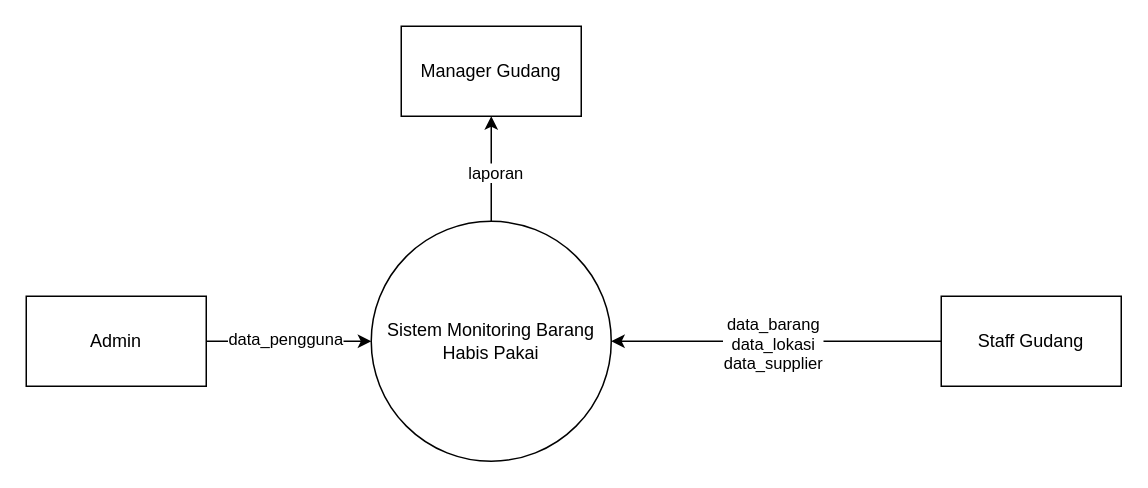
Earlier version of the draw.io diagram kkp-dfd0.drawio (raflialkindhi/graph-save). Source tidied: cells renumbered, new cells numbered last; positions are measured from the earlier drawing's top-left corner, leaving out a move shared by most shapes. Both pictures are drawn from the tidied source at 150%, with x=0, y=0 at pixel (26, 26).
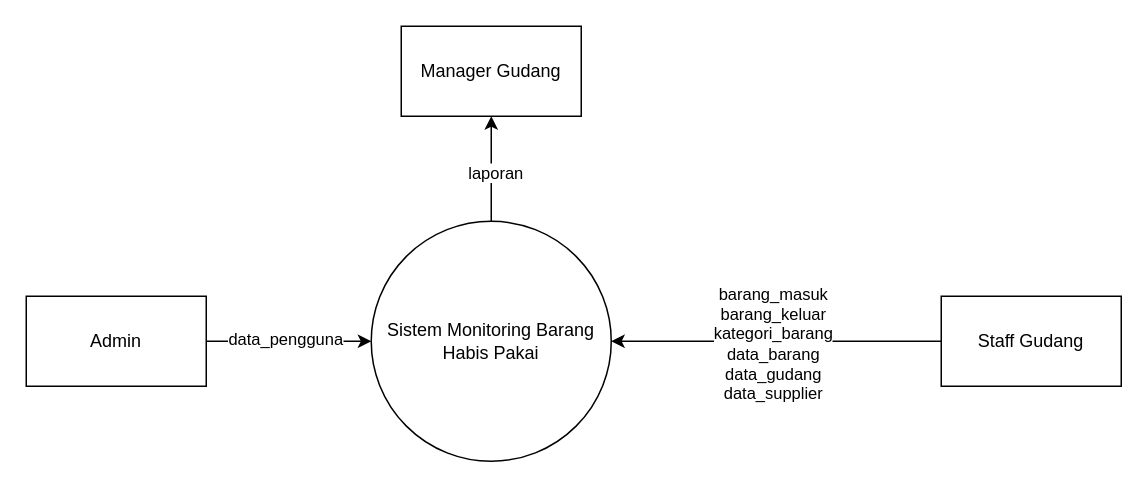
The same diagram, later.

What changed in the source:
```diff
@@
 <mxGraphModel>
   <root>
     <mxCell id="0" />
     <mxCell id="1" parent="0" />
     <mxCell id="2" style="edgeStyle=orthogonalEdgeStyle;rounded=0;jettySize=auto;html=1;exitX=0.5;exitY=0;exitDx=0;exitDy=0;entryX=0.5;entryY=1;entryDx=0;entryDy=0;" parent="1" edge="1" source="4" target="11">
       <mxGeometry relative="1" as="geometry" />
     </mxCell>
     <mxCell id="3" value="laporan" style="edgeLabel;html=1;align=center;verticalAlign=middle;" parent="2" vertex="1">
       <mxGeometry x="-0.05" y="-2" relative="1" as="geometry" />
     </mxCell>
     <mxCell id="4" value="Sistem Monitoring Barang Habis Pakai" style="ellipse;whiteSpace=wrap;html=1;" parent="1" vertex="1">
       <mxGeometry x="230" y="130" width="160" height="160" as="geometry" />
     </mxCell>
     <mxCell id="5" style="edgeStyle=orthogonalEdgeStyle;rounded=0;jettySize=auto;html=1;exitX=0;exitY=0.5;exitDx=0;exitDy=0;entryX=1;entryY=0.5;entryDx=0;entryDy=0;" parent="1" edge="1" source="7" target="4">
       <mxGeometry relative="1" as="geometry" />
     </mxCell>
-    <mxCell id="6" value="&lt;div&gt;data_barang&lt;/div&gt;&lt;div&gt;data_lokasi&lt;/div&gt;&lt;div&gt;data_supplier&lt;br&gt;&lt;/div&gt;" style="edgeLabel;html=1;align=center;verticalAlign=middle;" parent="5" vertex="1">
+    <mxCell id="6" value="&lt;div&gt;barang_masuk&lt;/div&gt;&lt;div&gt;barang_keluar&lt;/div&gt;&lt;div&gt;kategori_barang&lt;br&gt;&lt;/div&gt;&lt;div&gt;data_barang&lt;/div&gt;&lt;div&gt;data_gudang&lt;/div&gt;&lt;div&gt;data_supplier&lt;br&gt;&lt;/div&gt;" style="edgeLabel;html=1;align=center;verticalAlign=middle;" parent="5" vertex="1">
       <mxGeometry x="0.03" y="1" relative="1" as="geometry" />
     </mxCell>
     <mxCell id="7" value="Staff Gudang" style="rounded=0;whiteSpace=wrap;html=1;" parent="1" vertex="1">
       <mxGeometry x="610" y="180" width="120" height="60" as="geometry" />
     </mxCell>
     <mxCell id="8" style="edgeStyle=orthogonalEdgeStyle;rounded=0;jettySize=auto;html=1;exitX=1;exitY=0.5;exitDx=0;exitDy=0;entryX=0;entryY=0.5;entryDx=0;entryDy=0;" parent="1" edge="1" source="10" target="4">
       <mxGeometry relative="1" as="geometry" />
     </mxCell>
     <mxCell id="9" value="data_pengguna" style="edgeLabel;html=1;align=center;verticalAlign=middle;" parent="8" vertex="1">
       <mxGeometry x="-0.05" y="2" relative="1" as="geometry" />
     </mxCell>
     <mxCell id="10" value="Admin" style="rounded=0;whiteSpace=wrap;html=1;" parent="1" vertex="1">
       <mxGeometry y="180" width="120" height="60" as="geometry" />
     </mxCell>
     <mxCell id="11" value="Manager Gudang" style="rounded=0;whiteSpace=wrap;html=1;" parent="1" vertex="1">
       <mxGeometry x="250" width="120" height="60" as="geometry" />
     </mxCell>
   </root>
 </mxGraphModel>
```
